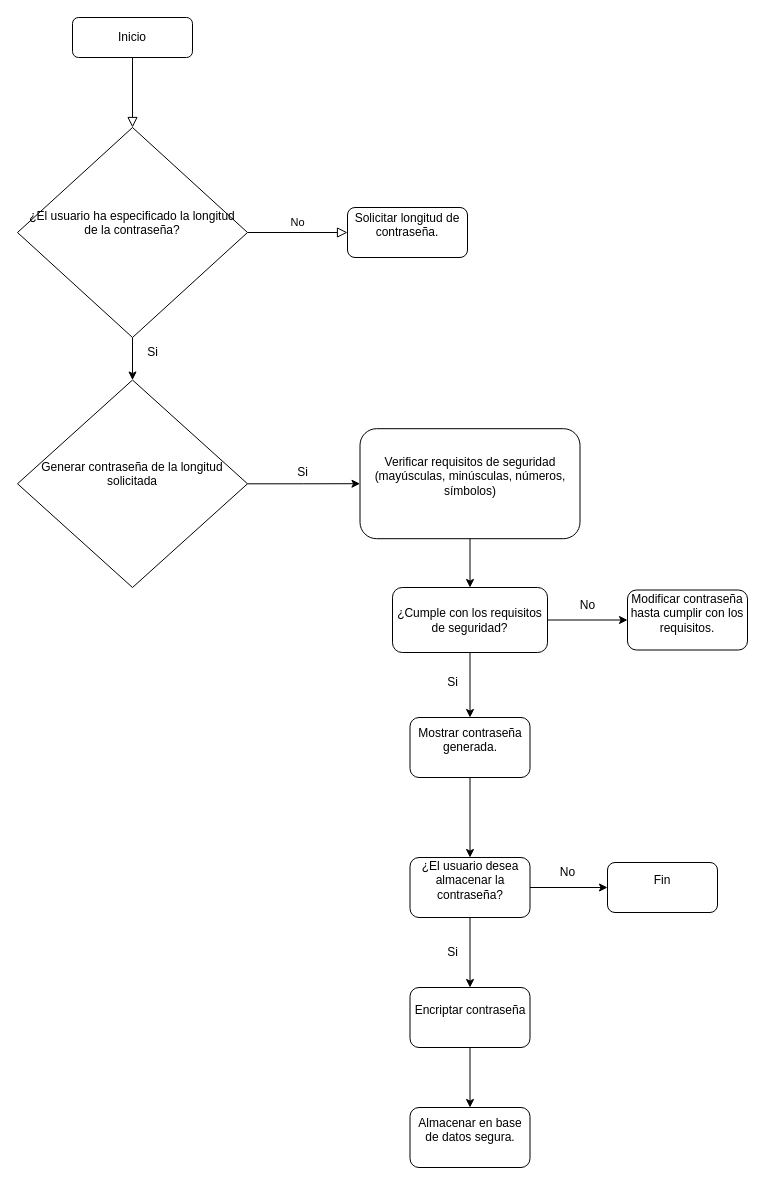
Before: Diagrama sin título.drawio in Macan100/mi_proyecto_software, a draw.io diagram. Source tidied: cells renumbered, new cells numbered last; positions are measured from the earlier drawing's top-left corner, leaving out a move shared by most shapes. Both pictures are drawn from the tidied source at 100%, with x=0, y=0 at pixel (17, 17).
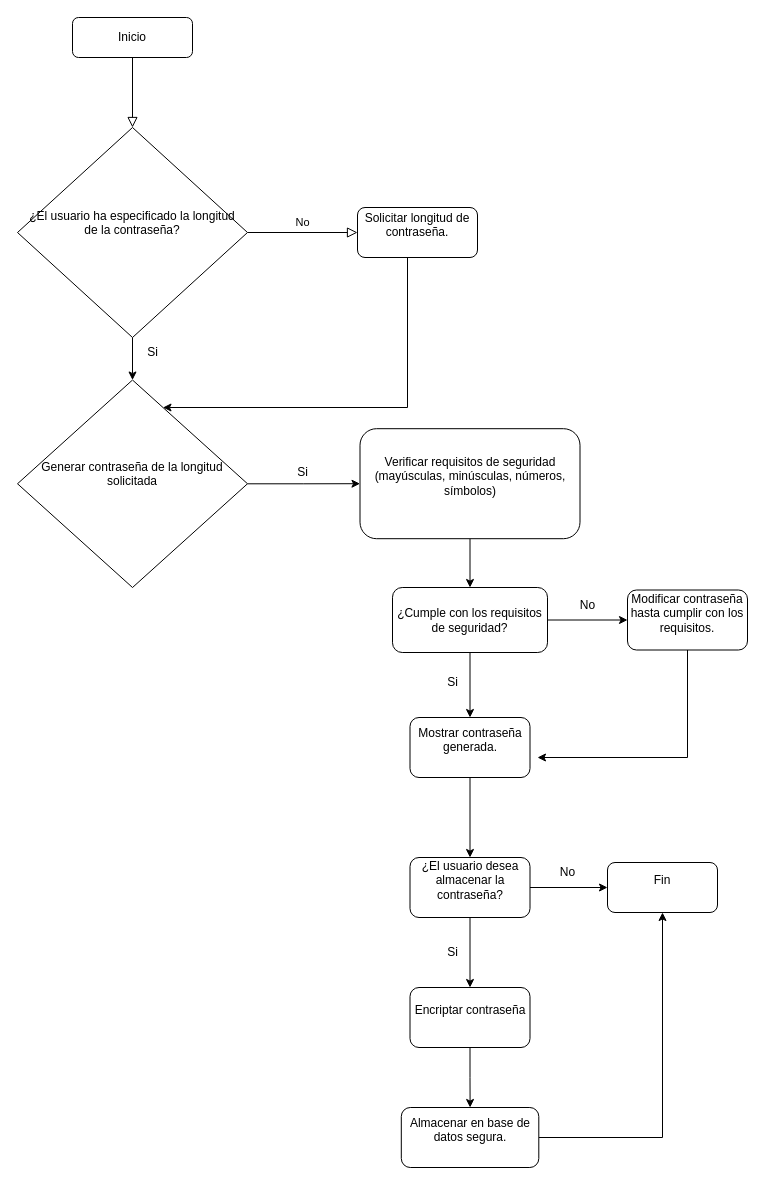
After the change.

The change refers to these unchanged cells:
```xml
<mxCell id="9" value="&#10;Generar contraseña de la longitud solicitada&#10;&#10;" style="rhombus;whiteSpace=wrap;html=1;shadow=0;fontFamily=Helvetica;fontSize=12;align=center;strokeWidth=1;spacing=6;spacingTop=-4;" parent="1" vertex="1">
  <mxGeometry y="362.5" width="230" height="207.5" as="geometry" />
</mxCell>
<mxCell id="17" value="&#10;Modificar contraseña hasta cumplir con los requisitos.&#10;&#10;" style="rounded=1;whiteSpace=wrap;html=1;" parent="1" vertex="1">
  <mxGeometry x="610" y="572.5" width="120" height="60" as="geometry" />
</mxCell>
<mxCell id="26" value="&#10;Fin&#10;&#10;" style="rounded=1;whiteSpace=wrap;html=1;" parent="1" vertex="1">
  <mxGeometry x="590" y="845" width="110" height="50" as="geometry" />
</mxCell>
```

The edit, as a diff of the source:
```diff
@@
+    <mxCell id="31" style="edgeStyle=orthogonalEdgeStyle;rounded=0;jettySize=auto;html=1;" parent="1" edge="1" source="7" target="9">
+      <mxGeometry relative="1" as="geometry">
+        <Array as="points">
+          <mxPoint x="390" y="390" />
+        </Array>
+      </mxGeometry>
+    </mxCell>
     <mxCell id="7" value="&#10;Solicitar longitud de contraseña.&#10;&#10;" style="rounded=1;whiteSpace=wrap;html=1;fontSize=12;glass=0;strokeWidth=1;shadow=0;" parent="1" vertex="1">
-      <mxGeometry x="330" y="190" width="120" height="50" as="geometry" />
+      <mxGeometry x="340" y="190" width="120" height="50" as="geometry" />
     </mxCell>
@@
+    <mxCell id="32" style="edgeStyle=orthogonalEdgeStyle;rounded=0;jettySize=auto;html=1;" parent="1" edge="1" source="17">
+      <mxGeometry relative="1" as="geometry">
+        <mxPoint x="520" y="740" as="targetPoint" />
+        <Array as="points">
+          <mxPoint x="670" y="740" />
+        </Array>
+      </mxGeometry>
+    </mxCell>
@@
+    <mxCell id="33" style="edgeStyle=orthogonalEdgeStyle;rounded=0;jettySize=auto;html=1;entryX=0.5;entryY=1;entryDx=0;entryDy=0;" parent="1" edge="1" source="25" target="26">
+      <mxGeometry relative="1" as="geometry" />
+    </mxCell>
     <mxCell id="25" value="&#10; Almacenar en base de datos segura.&#10;&#10;" style="rounded=1;whiteSpace=wrap;html=1;" parent="1" vertex="1">
-      <mxGeometry x="392.5" y="1090" width="120" height="60" as="geometry" />
+      <mxGeometry x="383.8" y="1090" width="137.5" height="60" as="geometry" />
     </mxCell>
```
